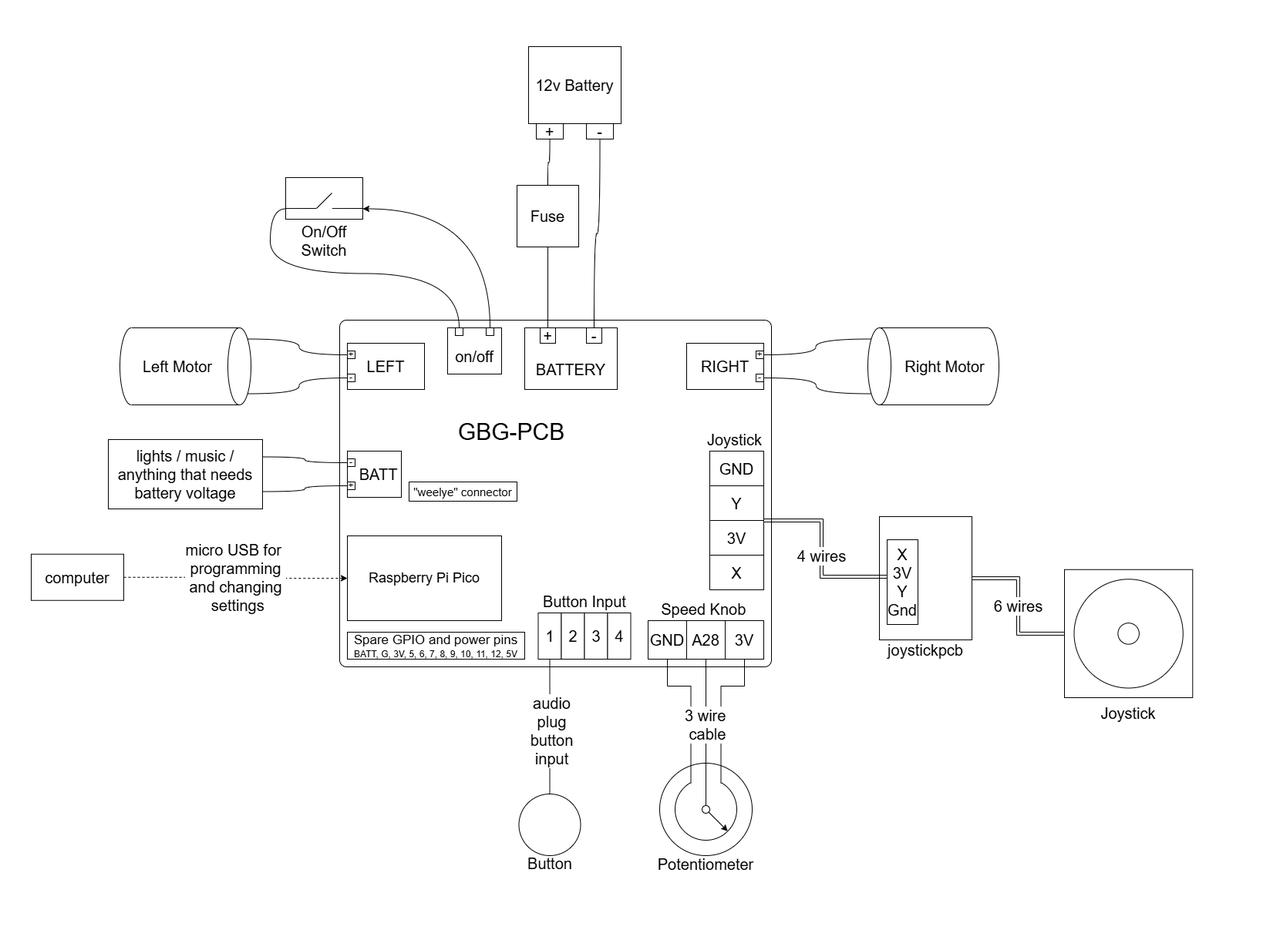
The draw.io diagram docs/instructions/diagrams/circuit_diagram.drawio.png in gobabygocarswithjoysticks/gbg-pcb, before a commit. Source tidied: cells renumbered, new cells last; positions are measured from the earlier drawing's top-left corner, leaving out a move shared by most shapes.
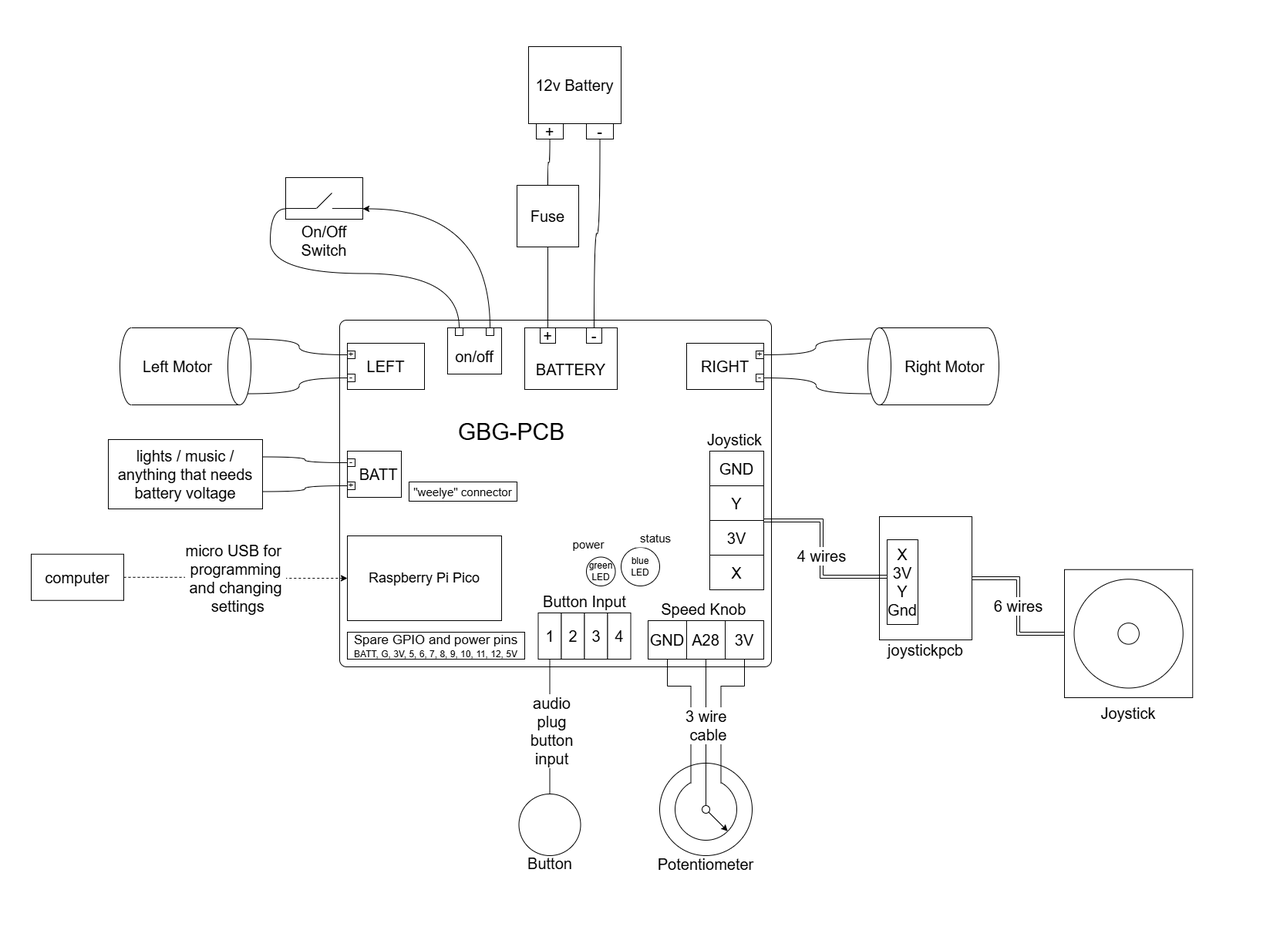
The same diagram one commit later.

Diff of the diagram source:
```diff
@@ -289,5 +289,17 @@
     <mxCell id="87" value="&lt;br&gt;&lt;font style=&quot;forced-color-adjust: none; color: rgb(0, 0, 0); font-family: Helvetica; font-style: normal; font-variant-ligatures: normal; font-variant-caps: normal; font-weight: 400; letter-spacing: normal; orphans: 2; text-align: center; text-indent: 0px; text-transform: none; widows: 2; word-spacing: 0px; -webkit-text-stroke-width: 0px; white-space: normal; text-decoration-thickness: initial; text-decoration-style: initial; text-decoration-color: initial; font-size: 30px; background-color: light-dark(#ffffff, var(--ge-dark-color, #121212));&quot;&gt;GBG-PCB&lt;br&gt;&lt;/font&gt;&lt;div&gt;&lt;br&gt;&lt;/div&gt;" style="rounded=0;whiteSpace=wrap;html=1;strokeColor=none;fillColor=none;" parent="1" vertex="1">
       <mxGeometry x="572.5" y="535" width="180" height="50" as="geometry" />
     </mxCell>
+    <mxCell id="88" value="blue&lt;div&gt;LED&lt;/div&gt;" style="ellipse;whiteSpace=wrap;html=1;" parent="1" vertex="1">
+      <mxGeometry x="805" y="710" width="50" height="50" as="geometry" />
+    </mxCell>
+    <mxCell id="89" value="green&lt;div&gt;LED&lt;/div&gt;" style="ellipse;whiteSpace=wrap;html=1;" parent="1" vertex="1">
+      <mxGeometry x="760" y="722.5" width="37.5" height="37.5" as="geometry" />
+    </mxCell>
+    <mxCell id="90" value="&lt;font style=&quot;font-size: 15px;&quot;&gt;power&lt;/font&gt;" style="rounded=0;whiteSpace=wrap;html=1;strokeColor=none;" parent="1" vertex="1">
+      <mxGeometry x="737.5" y="693.8" width="50" height="25" as="geometry" />
+    </mxCell>
+    <mxCell id="91" value="&lt;font style=&quot;font-size: 15px;&quot;&gt;status&lt;/font&gt;" style="rounded=0;whiteSpace=wrap;html=1;strokeColor=none;" parent="1" vertex="1">
+      <mxGeometry x="825" y="685" width="50" height="25" as="geometry" />
+    </mxCell>
   </root>
 </mxGraphModel>
```
